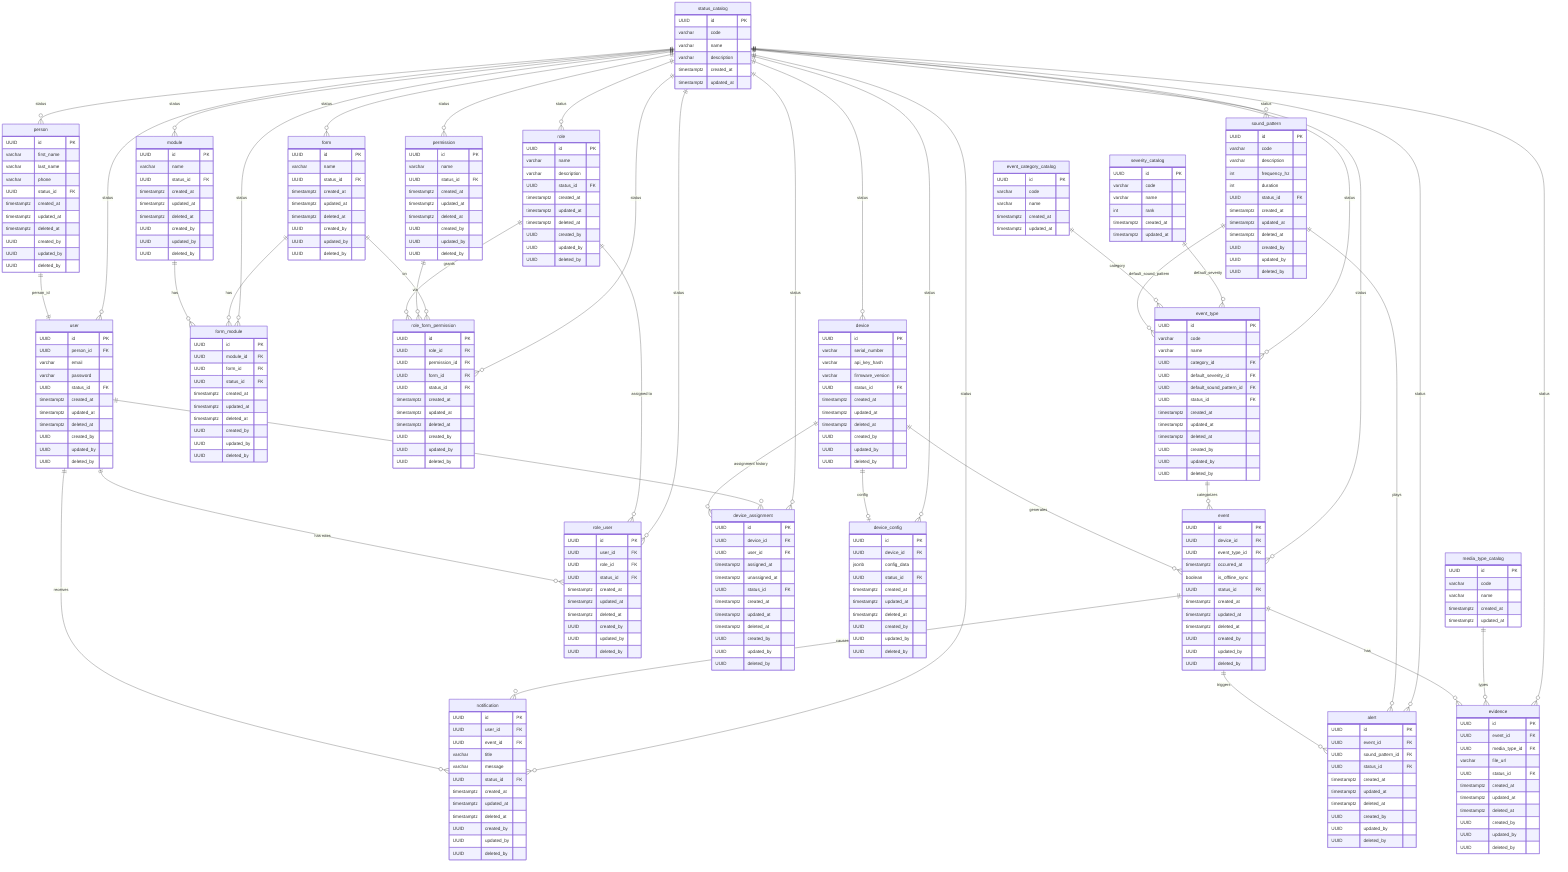
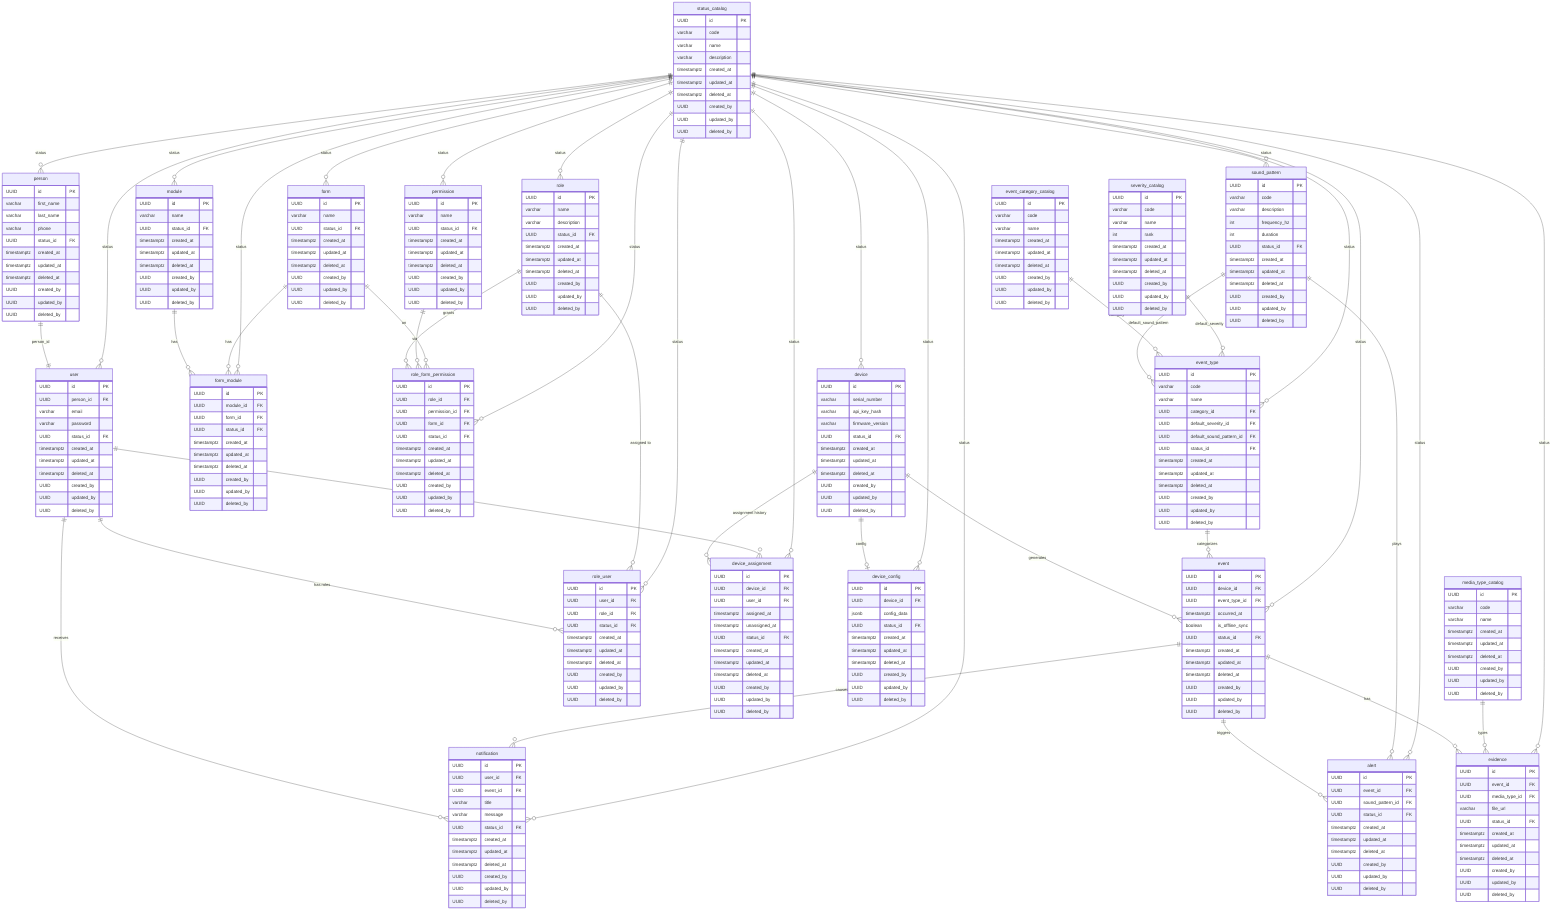
erDiagram
-     %% CATALOGS
+     %% CATALOGS (Modulo 7: Parametrizacion y catalogos)
    status_catalog {
        UUID id PK
        varchar code
        varchar name
        varchar description
        timestamptz created_at
        timestamptz updated_at
+         timestamptz deleted_at
+         UUID created_by
+         UUID updated_by
+         UUID deleted_by
    }

    media_type_catalog {
        UUID id PK
        varchar code
        varchar name
        timestamptz created_at
        timestamptz updated_at
+         timestamptz deleted_at
+         UUID created_by
+         UUID updated_by
+         UUID deleted_by
    }

    severity_catalog {
        UUID id PK
        varchar code
        varchar name
        int rank
        timestamptz created_at
        timestamptz updated_at
+         timestamptz deleted_at
+         UUID created_by
+         UUID updated_by
+         UUID deleted_by
    }

    event_category_catalog {
        UUID id PK
        varchar code
        varchar name
        timestamptz created_at
        timestamptz updated_at
-     }
- 
-     %% SECURITY
+         timestamptz deleted_at
+         UUID created_by
+         UUID updated_by
+         UUID deleted_by
+     }
+ 
+     sound_pattern {
+         UUID id PK
+         varchar code
+         varchar description
+         int frequency_hz
+         int duration
+         UUID status_id FK
+         timestamptz created_at
+         timestamptz updated_at
+         timestamptz deleted_at
+         UUID created_by
+         UUID updated_by
+         UUID deleted_by
+     }
+ 
+     %% SECURITY (Modulo 1: Seguridad, cuenta y autorizacion)
    person {
        UUID id PK
        varchar first_name
        varchar last_name
        varchar phone
        UUID status_id FK
        timestamptz created_at
        timestamptz updated_at
        timestamptz deleted_at
        UUID created_by
        UUID updated_by
        UUID deleted_by
    }

    user {
        UUID id PK
        UUID person_id FK
        varchar email
        varchar password
        UUID status_id FK
        timestamptz created_at
        timestamptz updated_at
        timestamptz deleted_at
        UUID created_by
        UUID updated_by
        UUID deleted_by
    }

    role {
        UUID id PK
        varchar name
        varchar description
        UUID status_id FK
        timestamptz created_at
        timestamptz updated_at
        timestamptz deleted_at
        UUID created_by
        UUID updated_by
        UUID deleted_by
    }

    permission {
        UUID id PK
        varchar name
        UUID status_id FK
        timestamptz created_at
        timestamptz updated_at
        timestamptz deleted_at
        UUID created_by
        UUID updated_by
        UUID deleted_by
    }

    module {
        UUID id PK
        varchar name
        UUID status_id FK
        timestamptz created_at
        timestamptz updated_at
        timestamptz deleted_at
        UUID created_by
        UUID updated_by
        UUID deleted_by
    }

    form {
        UUID id PK
        varchar name
        UUID status_id FK
        timestamptz created_at
        timestamptz updated_at
        timestamptz deleted_at
        UUID created_by
        UUID updated_by
        UUID deleted_by
    }

    form_module {
        UUID id PK
        UUID module_id FK
        UUID form_id FK
        UUID status_id FK
        timestamptz created_at
        timestamptz updated_at
        timestamptz deleted_at
        UUID created_by
        UUID updated_by
        UUID deleted_by
    }

    role_user {
        UUID id PK
        UUID user_id FK
        UUID role_id FK
        UUID status_id FK
        timestamptz created_at
        timestamptz updated_at
        timestamptz deleted_at
        UUID created_by
        UUID updated_by
        UUID deleted_by
    }

    role_form_permission {
        UUID id PK
        UUID role_id FK
        UUID permission_id FK
        UUID form_id FK
        UUID status_id FK
        timestamptz created_at
        timestamptz updated_at
        timestamptz deleted_at
        UUID created_by
        UUID updated_by
        UUID deleted_by
    }

-     %% DEVICE
+     %% DEVICE MANAGEMENT (Modulo 2: Gestion de dispositivos asociados)
    device {
        UUID id PK
        varchar serial_number
        varchar api_key_hash
        varchar firmware_version
        UUID status_id FK
        timestamptz created_at
        timestamptz updated_at
        timestamptz deleted_at
        UUID created_by
        UUID updated_by
        UUID deleted_by
    }

    device_assignment {
        UUID id PK
        UUID device_id FK
        UUID user_id FK
        timestamptz assigned_at
        timestamptz unassigned_at
        UUID status_id FK
        timestamptz created_at
        timestamptz updated_at
        timestamptz deleted_at
        UUID created_by
        UUID updated_by
        UUID deleted_by
    }

    device_config {
        UUID id PK
        UUID device_id FK
        jsonb config_data
        UUID status_id FK
        timestamptz created_at
        timestamptz updated_at
        timestamptz deleted_at
        UUID created_by
        UUID updated_by
        UUID deleted_by
    }

-     %% SYSTEM CATALOG + EVENTS
-     sound_pattern {
-         UUID id PK
-         varchar code
-         varchar description
-         int frequency_hz
-         int duration
-         UUID status_id FK
-         timestamptz created_at
-         timestamptz updated_at
-         timestamptz deleted_at
-         UUID created_by
-         UUID updated_by
-         UUID deleted_by
-     }
- 
-     event_type {
-         UUID id PK
-         varchar code
-         varchar name
-         UUID category_id FK
-         UUID default_severity_id FK
-         UUID default_sound_pattern_id FK
-         UUID status_id FK
-         timestamptz created_at
-         timestamptz updated_at
-         timestamptz deleted_at
-         UUID created_by
-         UUID updated_by
-         UUID deleted_by
-     }
- 
+     %% INGESTA Y SINCRONIZACION (Modulo 4)
    event {
        UUID id PK
        UUID device_id FK
        UUID event_type_id FK
        timestamptz occurred_at
        boolean is_offline_sync
        UUID status_id FK
        timestamptz created_at
        timestamptz updated_at
        timestamptz deleted_at
        UUID created_by
        UUID updated_by
        UUID deleted_by
    }

-     alert {
-         UUID id PK
-         UUID event_id FK
-         UUID sound_pattern_id FK
-         UUID status_id FK
-         timestamptz created_at
-         timestamptz updated_at
-         timestamptz deleted_at
-         UUID created_by
-         UUID updated_by
-         UUID deleted_by
-     }
- 
    evidence {
        UUID id PK
        UUID event_id FK
        UUID media_type_id FK
        varchar file_url
+         UUID status_id FK
+         timestamptz created_at
+         timestamptz updated_at
+         timestamptz deleted_at
+         UUID created_by
+         UUID updated_by
+         UUID deleted_by
+     }
+ 
+     %% MONITOREO DE EVENTOS Y ALERTAMIENTO (Modulo 5)
+     event_type {
+         UUID id PK
+         varchar code
+         varchar name
+         UUID category_id FK
+         UUID default_severity_id FK
+         UUID default_sound_pattern_id FK
+         UUID status_id FK
+         timestamptz created_at
+         timestamptz updated_at
+         timestamptz deleted_at
+         UUID created_by
+         UUID updated_by
+         UUID deleted_by
+     }
+ 
+     alert {
+         UUID id PK
+         UUID event_id FK
+         UUID sound_pattern_id FK
        UUID status_id FK
        timestamptz created_at
        timestamptz updated_at
        timestamptz deleted_at
        UUID created_by
        UUID updated_by
        UUID deleted_by
    }

    notification {
        UUID id PK
        UUID user_id FK
        UUID event_id FK
        varchar title
        varchar message
        UUID status_id FK
        timestamptz created_at
        timestamptz updated_at
        timestamptz deleted_at
        UUID created_by
        UUID updated_by
        UUID deleted_by
    }

    %% RELATIONSHIPS
    person ||--|| user : "person_id"

    user ||--o{ role_user : "has roles"
    role ||--o{ role_user : "assigned to"

    module ||--o{ form_module : "has"
    form ||--o{ form_module : "has"

    role ||--o{ role_form_permission : "grants"
    permission ||--o{ role_form_permission : "via"
    form ||--o{ role_form_permission : "on"

    device ||--o{ device_assignment : "assignment history"
    user ||--o{ device_assignment : "assignment history"

    device ||--o| device_config : "config"

    sound_pattern ||--o{ event_type : "default_sound_pattern"
    event_category_catalog ||--o{ event_type : "category"
    severity_catalog ||--o{ event_type : "default_severity"

    device ||--o{ event : "generates"
    event_type ||--o{ event : "categorizes"

    event ||--o{ alert : "triggers"
    sound_pattern ||--o{ alert : "plays"

    event ||--o{ evidence : "has"
    media_type_catalog ||--o{ evidence : "types"

    user ||--o{ notification : "receives"
    event ||--o{ notification : "causes"

    status_catalog ||--o{ person : "status"
    status_catalog ||--o{ user : "status"
    status_catalog ||--o{ role : "status"
    status_catalog ||--o{ permission : "status"
    status_catalog ||--o{ module : "status"
    status_catalog ||--o{ form : "status"
    status_catalog ||--o{ form_module : "status"
    status_catalog ||--o{ role_user : "status"
    status_catalog ||--o{ role_form_permission : "status"
    status_catalog ||--o{ device : "status"
    status_catalog ||--o{ device_assignment : "status"
    status_catalog ||--o{ device_config : "status"
    status_catalog ||--o{ sound_pattern : "status"
    status_catalog ||--o{ event_type : "status"
    status_catalog ||--o{ event : "status"
    status_catalog ||--o{ alert : "status"
    status_catalog ||--o{ evidence : "status"
    status_catalog ||--o{ notification : "status"